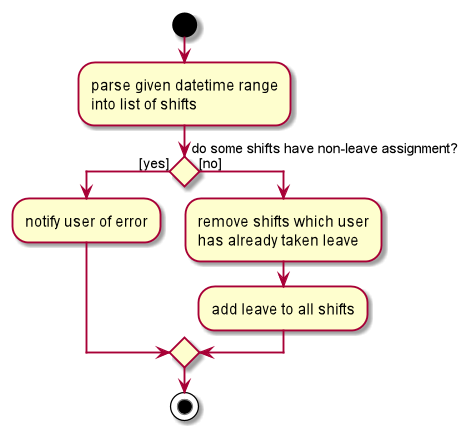
Before: docs/images/MassTakeLeaveActivityDiagram.png, a diagram exported from PlantUML (wakululuu/tp). Source of this version:
```plantuml
@startuml

skinparam conditionStyle diamond

start

:parse given datetime range\ninto list of shifts;
If (do some shifts have non-leave assignment?) then ([yes])
    :notify user of error;
else ([no])
    :remove shifts which user\nhas already taken leave;
    :add leave to all shifts;
Endif

stop

@enduml
```
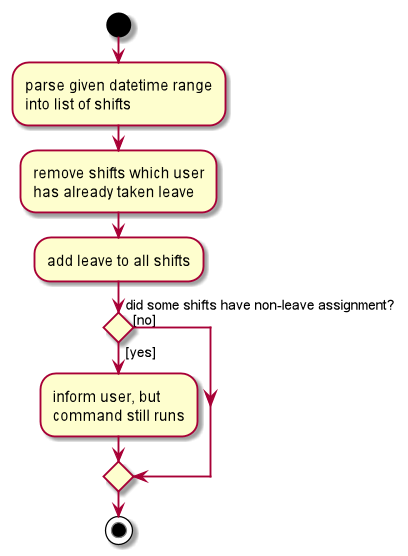
After the commit.

Commit message:
Update UserGuide and DeveloperGuide based on updated leave implementation

Diff of the diagram source:
```diff
@@ -5,11 +5,12 @@
 start
 
 :parse given datetime range\ninto list of shifts;
-If (do some shifts have non-leave assignment?) then ([yes])
-    :notify user of error;
+:remove shifts which user\nhas already taken leave;
+:add leave to all shifts;
+If (did some shifts have non-leave assignment?) then ([yes])
+    :inform user, but\ncommand still runs;
 else ([no])
-    :remove shifts which user\nhas already taken leave;
-    :add leave to all shifts;
+
 Endif
 
 stop
```
